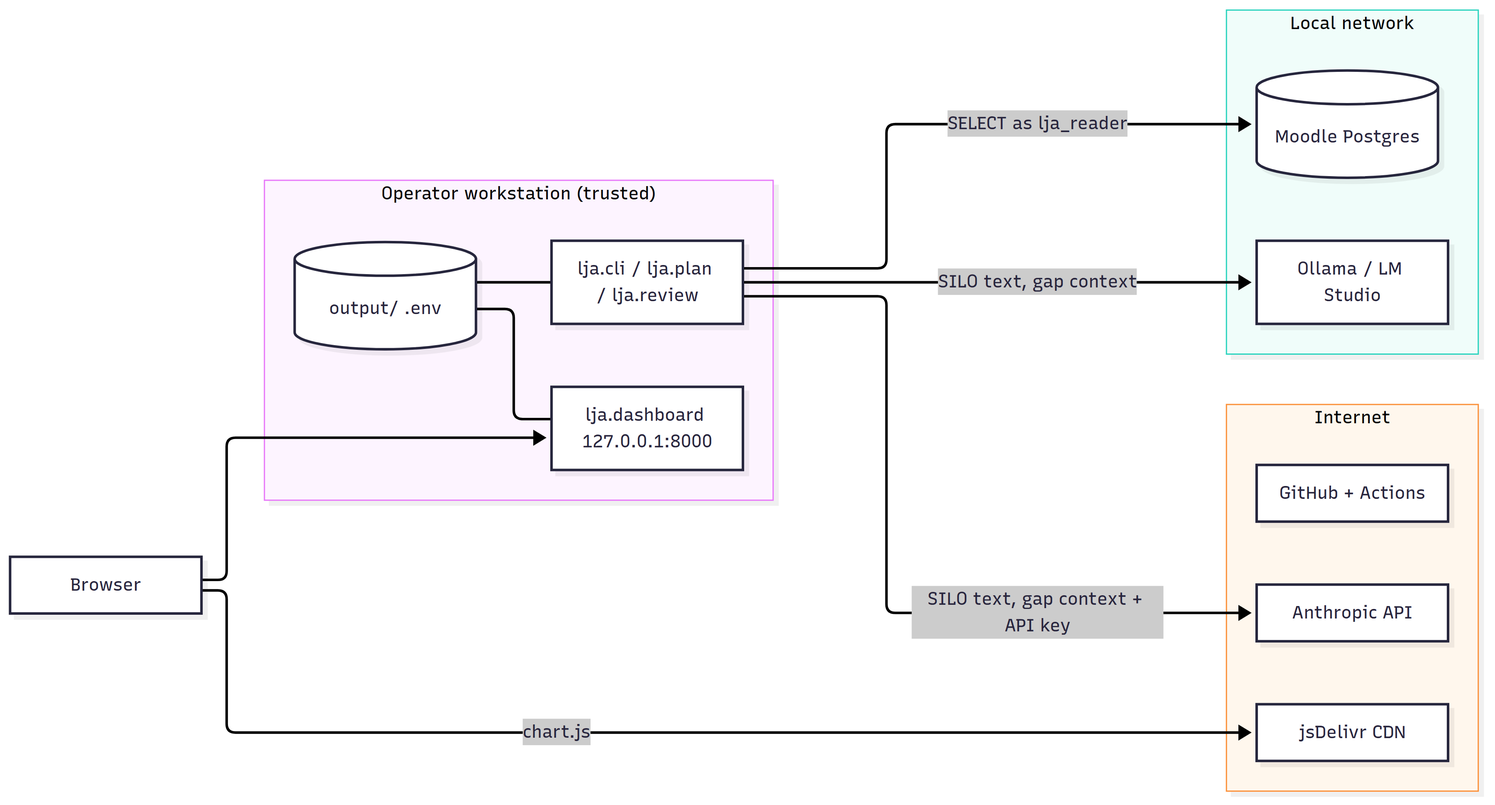
This is docs/handover/diagrams/06-trust-boundaries.png from yetanotherpassword/LearningJourneyAssistant, a Mermaid export, as it was before one commit. Its source is kept beside it as docs/handover/diagrams/06-trust-boundaries.mmd. The source it was exported from:
```mermaid
flowchart LR
    subgraph Workstation["Operator workstation (trusted)"]
        CLI[lja.cli / lja.plan / lja.review]
        DASH[lja.dashboard 127.0.0.1:8000]
        FILES[(output/ .env)]
    end
    subgraph Local["Local network"]
        MOODLE[(Moodle Postgres)]
        OLLAMA[Ollama / LM Studio]
    end
    subgraph Internet
        ANTH[Anthropic API]
        CDN[jsDelivr CDN]
        GH[GitHub + Actions]
    end
    BROWSER[Browser]
    CLI -- SELECT as lja_reader --> MOODLE
    CLI -- SILO text, gap context --> OLLAMA
    CLI -- SILO text, gap context + API key --> ANTH
    BROWSER --> DASH
    BROWSER -- chart.js --> CDN
    FILES --- CLI
    FILES --- DASH
```
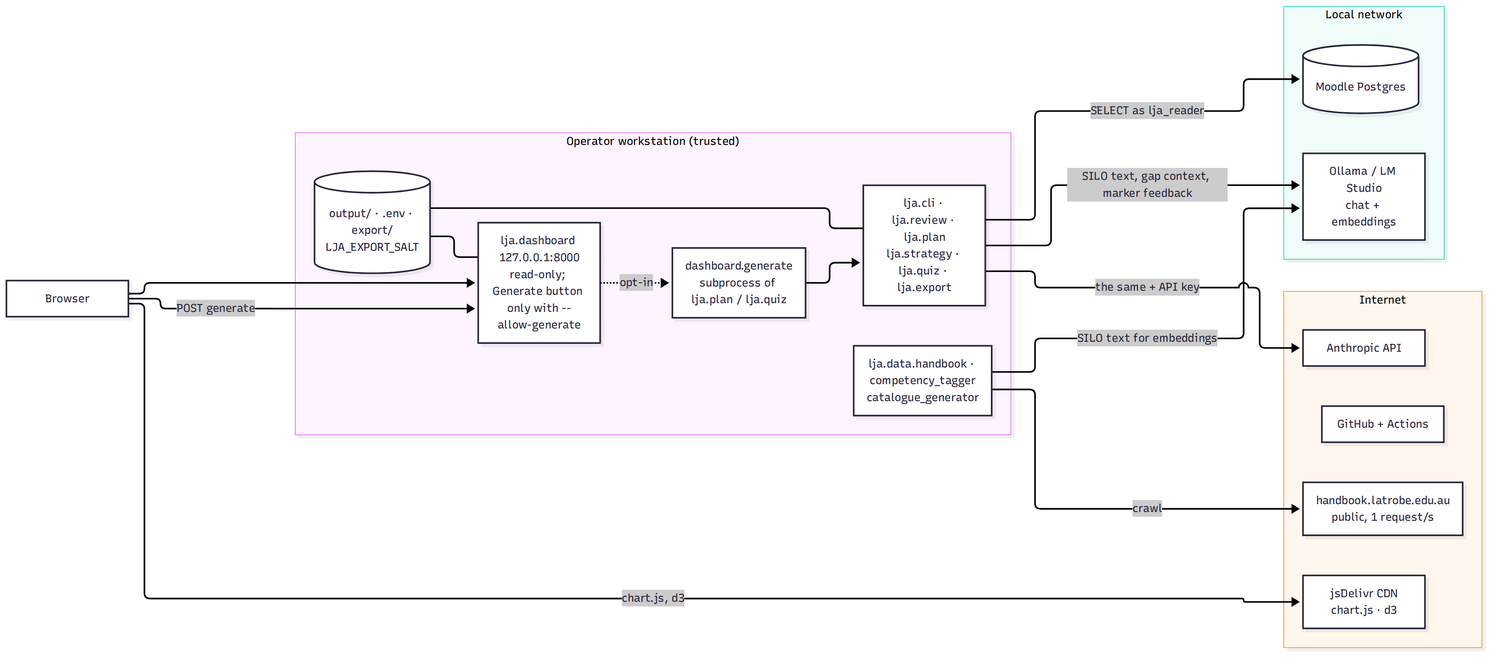
The same file after the commit.

The edit, as a diff of the source:
```diff
@@ -1,23 +1,30 @@
 flowchart LR
     subgraph Workstation["Operator workstation (trusted)"]
-        CLI[lja.cli / lja.plan / lja.review]
-        DASH[lja.dashboard 127.0.0.1:8000]
-        FILES[(output/ .env)]
+        CLI[lja.cli · lja.review · lja.plan<br/>lja.strategy · lja.quiz · lja.export]
+        DASH[lja.dashboard 127.0.0.1:8000<br/>read-only; Generate button only with --allow-generate]
+        GEN[dashboard.generate<br/>subprocess of lja.plan / lja.quiz]
+        FILES[(output/ · .env · export/<br/>LJA_EXPORT_SALT)]
+        TOOLS[lja.data.handbook · competency_tagger<br/>catalogue_generator]
     end
     subgraph Local["Local network"]
         MOODLE[(Moodle Postgres)]
-        OLLAMA[Ollama / LM Studio]
+        OLLAMA[Ollama / LM Studio<br/>chat + embeddings]
     end
     subgraph Internet
         ANTH[Anthropic API]
-        CDN[jsDelivr CDN]
+        CDN[jsDelivr CDN<br/>chart.js · d3]
+        HB[handbook.latrobe.edu.au<br/>public, 1 request/s]
         GH[GitHub + Actions]
     end
     BROWSER[Browser]
     CLI -- SELECT as lja_reader --> MOODLE
-    CLI -- SILO text, gap context --> OLLAMA
-    CLI -- SILO text, gap context + API key --> ANTH
+    CLI -- SILO text, gap context, marker feedback --> OLLAMA
+    CLI -- the same + API key --> ANTH
+    TOOLS -- SILO text for embeddings --> OLLAMA
+    TOOLS -- crawl --> HB
     BROWSER --> DASH
-    BROWSER -- chart.js --> CDN
+    BROWSER -- POST generate --> DASH
+    DASH -. opt-in .-> GEN --> CLI
+    BROWSER -- chart.js, d3 --> CDN
     FILES --- CLI
     FILES --- DASH
```
